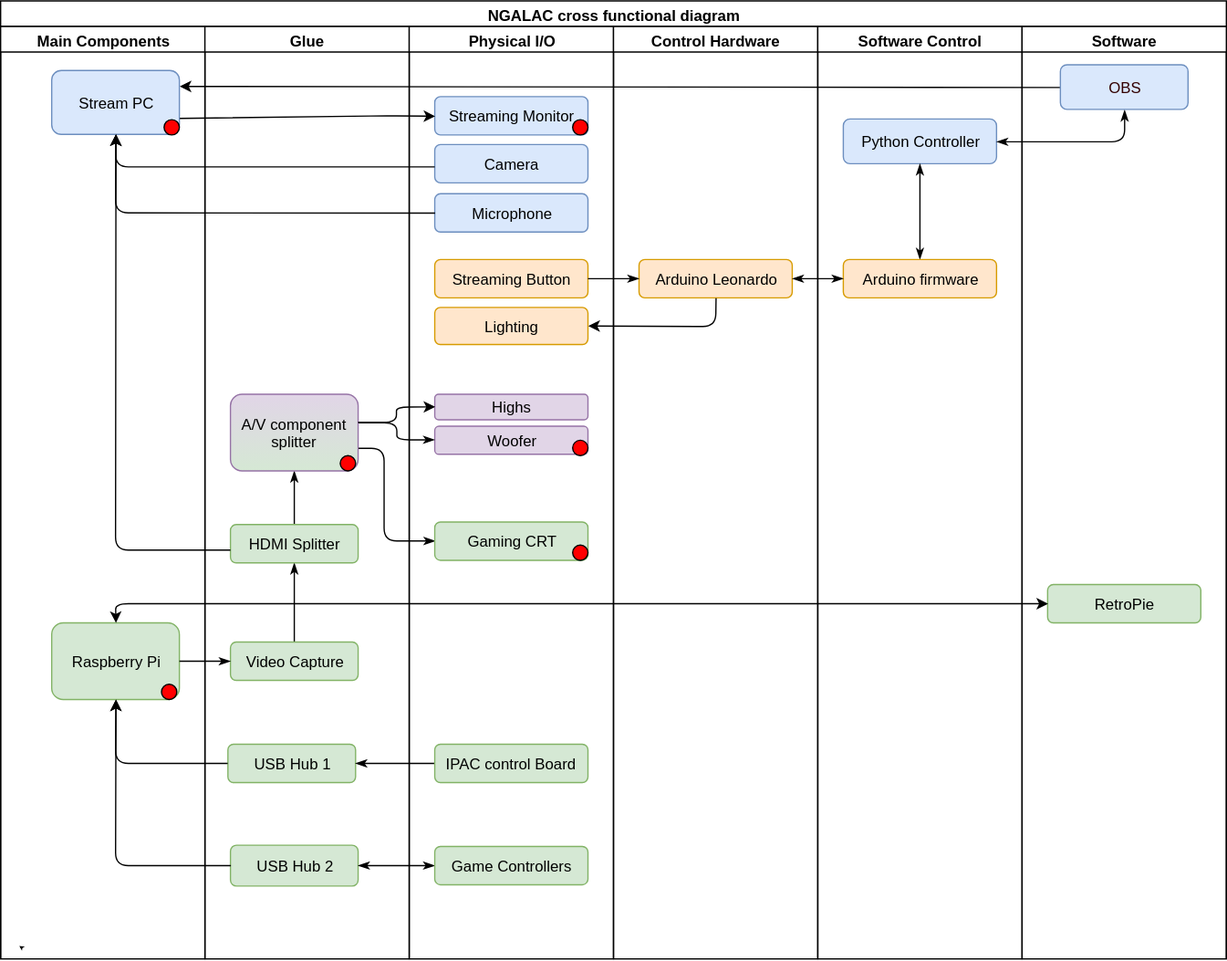
This is NGALAC Cross Functional.svg from marcidy/ngalac, a draw.io export, as it was before one commit. Source tidied: cells renumbered, new cells last; positions are measured from the earlier drawing's top-left corner, leaving out a move shared by most shapes.
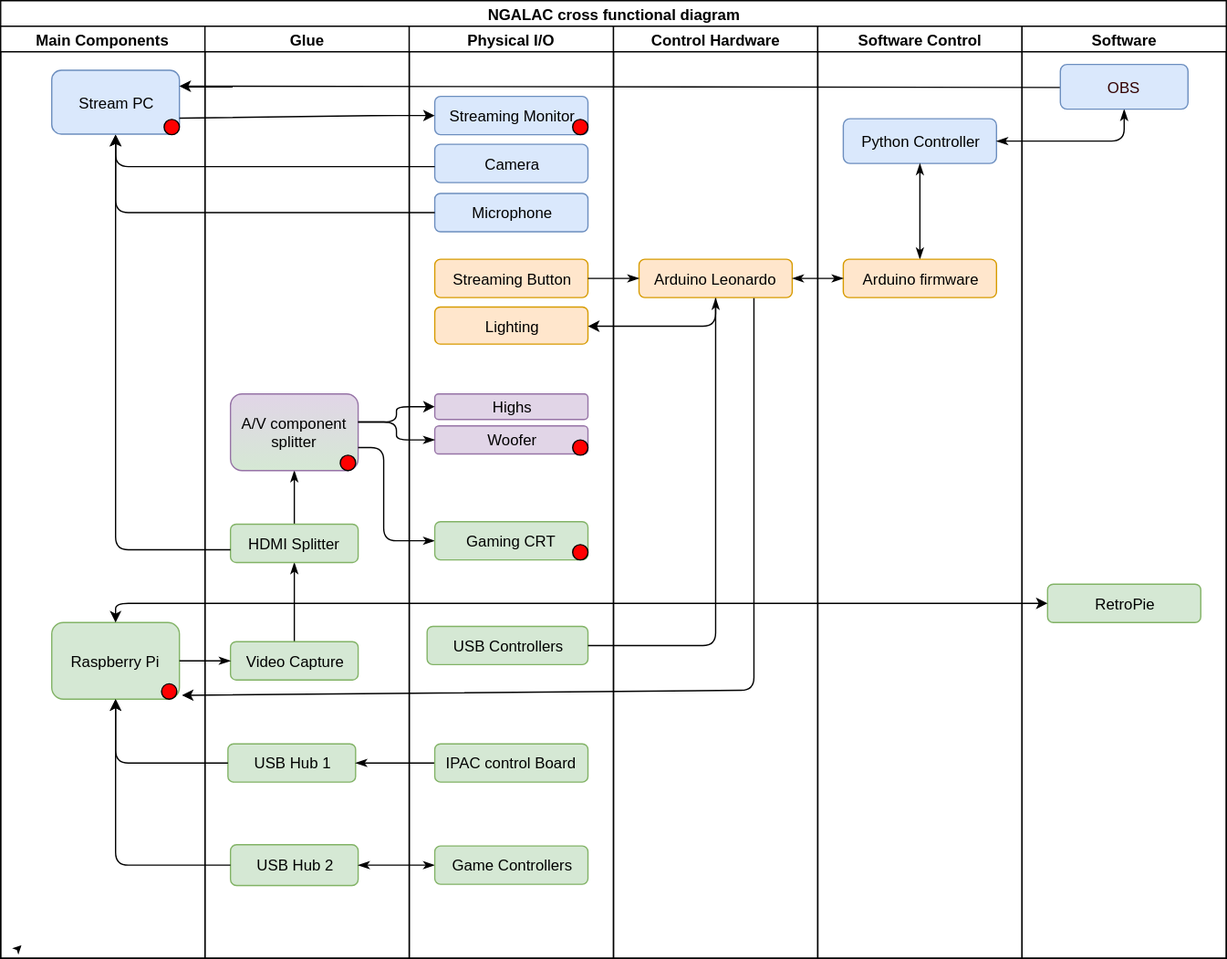
Above is the later version.

Diff of the diagram source:
```diff
@@ -131,6 +131,9 @@
     <mxCell id="38" value="&lt;span style=&quot;font-size: 12px;&quot;&gt;Highs&lt;/span&gt;" style="rounded=1;whiteSpace=wrap;html=1;shadow=0;labelBackgroundColor=none;strokeColor=#9673a6;strokeWidth=1;fillColor=#e1d5e7;fontFamily=Helvetica;fontSize=12;fontColor=#000000;align=center;" parent="24" vertex="1">
       <mxGeometry x="20" y="288" width="120" height="20" as="geometry" />
     </mxCell>
+    <mxCell id="60" value="USB Controllers&lt;br style=&quot;font-size: 12px&quot;&gt;" style="rounded=1;whiteSpace=wrap;html=1;fillColor=#d5e8d4;strokeColor=#82b366;fontFamily=Helvetica;fontSize=12;" parent="24" vertex="1">
+      <mxGeometry x="14" y="470" width="126" height="30" as="geometry" />
+    </mxCell>
     <mxCell id="39" value="Control Hardware" style="swimlane;html=1;startSize=20;glass=0;fontFamily=Helvetica;fontSize=12;" parent="2" vertex="1">
       <mxGeometry x="480" y="20" width="160" height="730" as="geometry" />
     </mxCell>
@@ -227,5 +230,19 @@
         </Array>
       </mxGeometry>
     </mxCell>
+    <mxCell id="61" style="endArrow=none;html=1;exitX=0.5;exitY=1;entryX=1;entryY=0.5;startArrow=classicThin;startFill=1;endFill=0;" parent="2" edge="1" source="40" target="60">
+      <mxGeometry relative="1" as="geometry">
+        <Array as="points">
+          <mxPoint x="560" y="505" />
+        </Array>
+      </mxGeometry>
+    </mxCell>
+    <mxCell id="62" style="endArrow=classic;html=1;exitX=0.75;exitY=1;entryX=1.02;entryY=0.95;entryPerimeter=0;" parent="2" edge="1" source="40" target="6">
+      <mxGeometry relative="1" as="geometry">
+        <Array as="points">
+          <mxPoint x="590" y="540" />
+        </Array>
+      </mxGeometry>
+    </mxCell>
   </root>
 </mxGraphModel>
```
